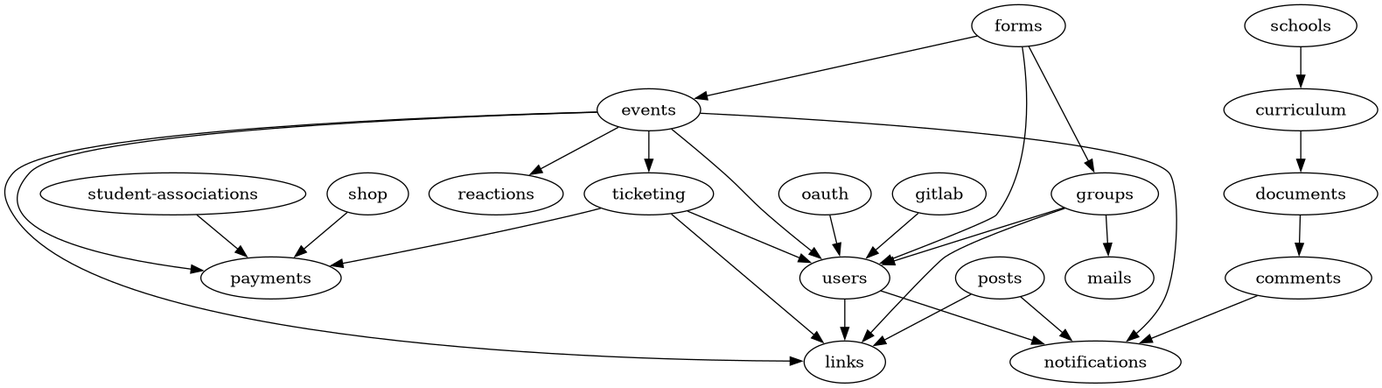
Earlier version of the Graphviz export packages/api/scripts/modules-import-graph.png (inp-net/churros). Its source is kept beside it as packages/api/scripts/modules-import-graph.dot.
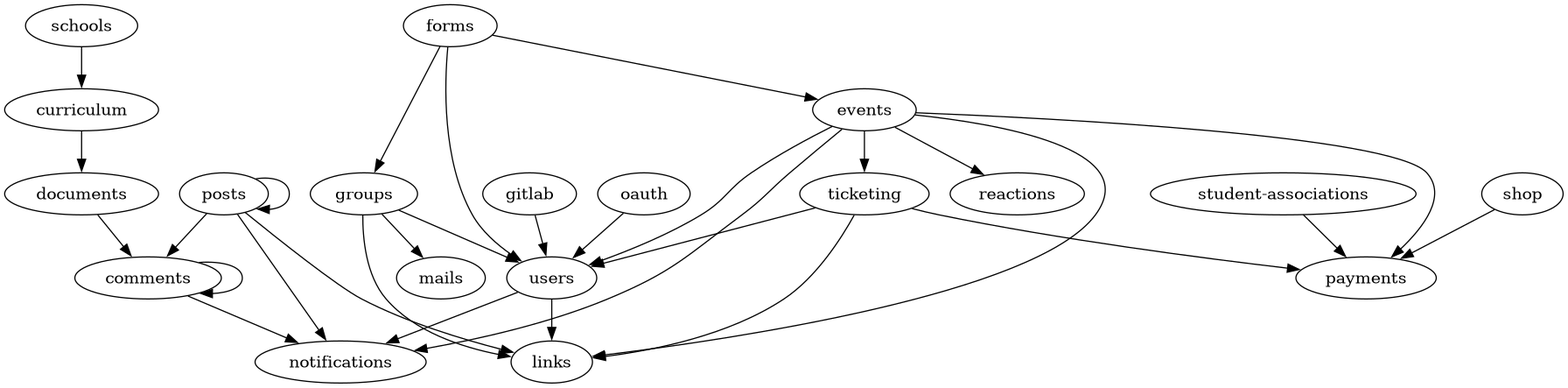
After the commit.

Diff of the diagram source:
```diff
@@ -1,4 +1,5 @@
 strict digraph ImportGraph {
+    "comments" -> "comments";
     "comments" -> "notifications";
     "curriculum" -> "documents";
     "documents" -> "comments";
@@ -17,6 +18,8 @@
     "groups" -> "users";
     "oauth" -> "users";
     "posts" -> "notifications";
+    "posts" -> "comments";
+    "posts" -> "posts";
     "posts" -> "links";
     "schools" -> "curriculum";
     "shop" -> "payments";
```
